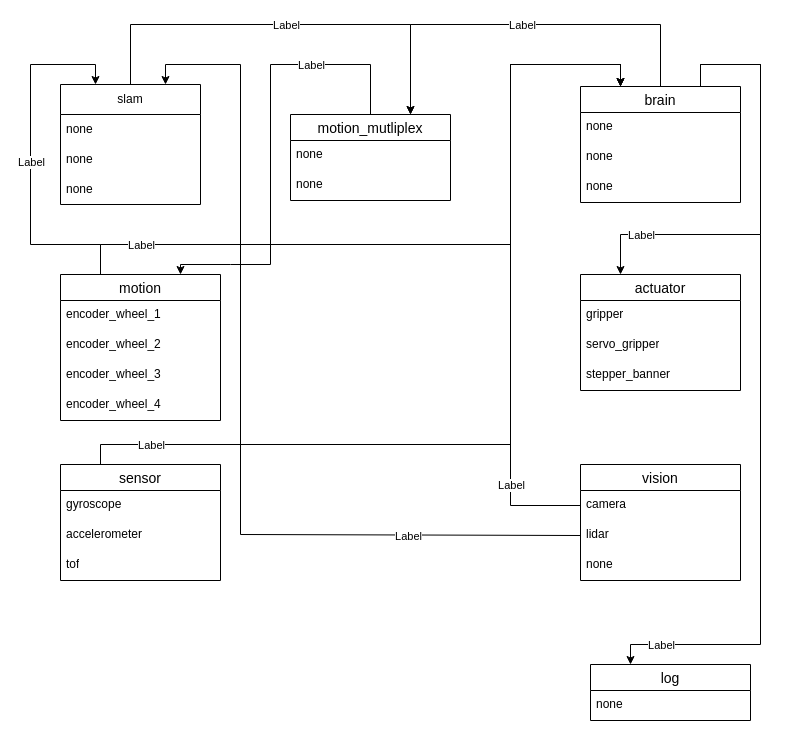
The draw.io diagram software/software_cdf_2025.drawio in Betamax58/coupe-de-france, before the edit. Source tidied: cells renumbered, new cells numbered last; positions are measured from the earlier drawing's top-left corner, leaving out a move shared by most shapes. Both pictures are drawn from the tidied source at 100%, with x=0, y=0 at pixel (30, 24).
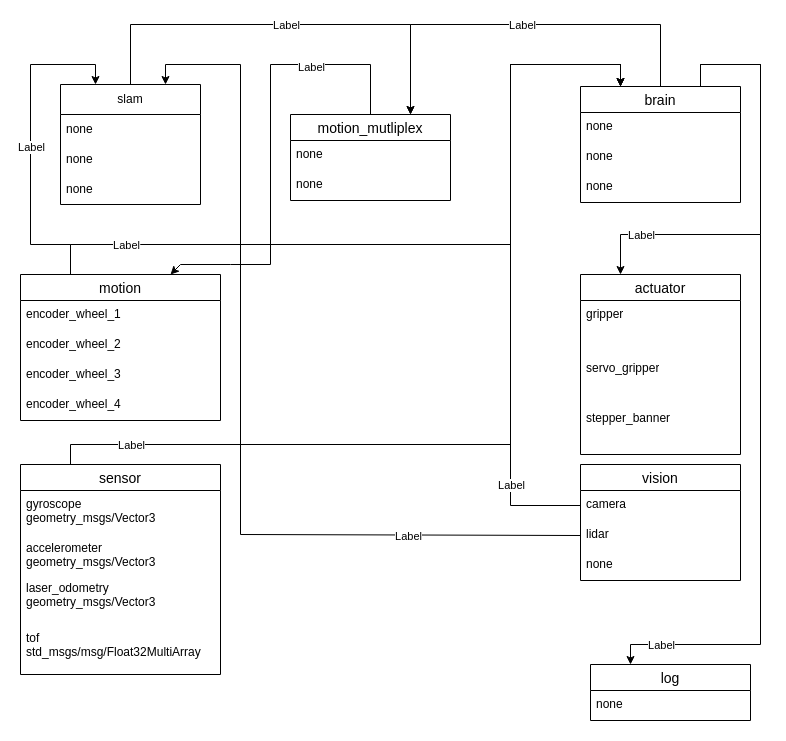
Above is the later version.

Commit message:
Mettre à jour software_cdf_2025.drawio

The change refers to these unchanged cells:
```xml
<mxCell id="19" value="brain" style="swimlane;fontStyle=0;horizontal=1;startSize=26;align=center;fontSize=14;" parent="1" vertex="1">
  <mxGeometry x="550" y="62" width="160" height="116" as="geometry" />
</mxCell>
<mxCell id="23" value="slam" style="swimlane;fontStyle=0;horizontal=1;startSize=30;whiteSpace=wrap;html=1;" parent="1" vertex="1">
  <mxGeometry x="30" y="60" width="140" height="120" as="geometry" />
</mxCell>
```

Diff of the diagram source:
```diff
@@
     <mxCell id="2" value="actuator" style="swimlane;fontStyle=0;horizontal=1;startSize=26;align=center;fontSize=14;" parent="1" vertex="1">
-      <mxGeometry x="550" y="250" width="160" height="116" as="geometry" />
+      <mxGeometry x="550" y="250" width="160" height="180" as="geometry" />
     </mxCell>
     <mxCell id="3" value="gripper" style="text;strokeColor=none;fillColor=none;spacingLeft=4;spacingRight=4;overflow=hidden;fontSize=12;whiteSpace=wrap;html=1;" parent="2" vertex="1">
-      <mxGeometry y="26" width="160" height="30" as="geometry" />
+      <mxGeometry y="26" width="160" height="54" as="geometry" />
     </mxCell>
     <mxCell id="4" value="servo_gripper" style="text;strokeColor=none;fillColor=none;spacingLeft=4;spacingRight=4;overflow=hidden;fontSize=12;whiteSpace=wrap;html=1;" parent="2" vertex="1">
-      <mxGeometry y="56" width="160" height="30" as="geometry" />
+      <mxGeometry y="80" width="160" height="50" as="geometry" />
     </mxCell>
     <mxCell id="5" value="stepper_banner" style="text;strokeColor=none;fillColor=none;spacingLeft=4;spacingRight=4;overflow=hidden;fontSize=12;whiteSpace=wrap;html=1;" parent="2" vertex="1">
-      <mxGeometry y="86" width="160" height="30" as="geometry" />
+      <mxGeometry y="130" width="160" height="50" as="geometry" />
     </mxCell>
@@
     <mxCell id="10" value="sensor" style="swimlane;fontStyle=0;horizontal=1;startSize=26;align=center;fontSize=14;" parent="1" vertex="1">
-      <mxGeometry x="30" y="440" width="160" height="116" as="geometry" />
+      <mxGeometry x="-10" y="440" width="200" height="210" as="geometry" />
     </mxCell>
-    <mxCell id="11" value="gyroscope" style="text;strokeColor=none;fillColor=none;spacingLeft=4;spacingRight=4;overflow=hidden;fontSize=12;whiteSpace=wrap;html=1;" parent="10" vertex="1">
-      <mxGeometry y="26" width="160" height="30" as="geometry" />
+    <mxCell id="11" value="gyroscope&lt;br&gt;geometry_msgs/Vector3" style="text;strokeColor=none;fillColor=none;spacingLeft=4;spacingRight=4;overflow=hidden;fontSize=12;whiteSpace=wrap;html=1;" parent="10" vertex="1">
+      <mxGeometry y="26" width="200" height="44" as="geometry" />
     </mxCell>
-    <mxCell id="12" value="accelerometer" style="text;strokeColor=none;fillColor=none;spacingLeft=4;spacingRight=4;overflow=hidden;fontSize=12;whiteSpace=wrap;html=1;" parent="10" vertex="1">
-      <mxGeometry y="56" width="160" height="30" as="geometry" />
+    <mxCell id="12" value="accelerometer&lt;div&gt;geometry_msgs/Vector3&lt;/div&gt;" style="text;strokeColor=none;fillColor=none;spacingLeft=4;spacingRight=4;overflow=hidden;fontSize=12;whiteSpace=wrap;html=1;" parent="10" vertex="1">
+      <mxGeometry y="70" width="200" height="40" as="geometry" />
     </mxCell>
+    <mxCell id="52" value="laser_odometry&lt;div&gt;geometry_msgs/Vector3&lt;/div&gt;" style="text;strokeColor=none;fillColor=none;spacingLeft=4;spacingRight=4;overflow=hidden;fontSize=12;whiteSpace=wrap;html=1;" parent="10" vertex="1">
+      <mxGeometry y="110" width="200" height="50" as="geometry" />
+    </mxCell>
-    <mxCell id="13" value="tof" style="text;strokeColor=none;fillColor=none;spacingLeft=4;spacingRight=4;overflow=hidden;fontSize=12;whiteSpace=wrap;html=1;" parent="10" vertex="1">
-      <mxGeometry y="86" width="160" height="30" as="geometry" />
+    <mxCell id="13" value="tof&lt;div&gt;std_msgs/msg/Float32MultiArray&lt;/div&gt;" style="text;strokeColor=none;fillColor=none;spacingLeft=4;spacingRight=4;overflow=hidden;fontSize=12;whiteSpace=wrap;html=1;" parent="10" vertex="1">
+      <mxGeometry y="160" width="200" height="50" as="geometry" />
     </mxCell>
     <mxCell id="14" value="motion" style="swimlane;fontStyle=0;horizontal=1;startSize=26;align=center;fontSize=14;" parent="1" vertex="1">
-      <mxGeometry x="30" y="250" width="160" height="146" as="geometry" />
+      <mxGeometry x="-10" y="250" width="200" height="146" as="geometry" />
     </mxCell>
     <mxCell id="15" value="encoder_wheel_1" style="text;strokeColor=none;fillColor=none;spacingLeft=4;spacingRight=4;overflow=hidden;fontSize=12;whiteSpace=wrap;html=1;" parent="14" vertex="1">
-      <mxGeometry y="26" width="160" height="30" as="geometry" />
+      <mxGeometry y="26" width="200" height="30" as="geometry" />
     </mxCell>
     <mxCell id="16" value="encoder_wheel_2" style="text;strokeColor=none;fillColor=none;spacingLeft=4;spacingRight=4;overflow=hidden;fontSize=12;whiteSpace=wrap;html=1;" parent="14" vertex="1">
-      <mxGeometry y="56" width="160" height="30" as="geometry" />
+      <mxGeometry y="56" width="200" height="30" as="geometry" />
     </mxCell>
     <mxCell id="17" value="encoder_wheel_3" style="text;strokeColor=none;fillColor=none;spacingLeft=4;spacingRight=4;overflow=hidden;fontSize=12;whiteSpace=wrap;html=1;" parent="14" vertex="1">
-      <mxGeometry y="86" width="160" height="30" as="geometry" />
+      <mxGeometry y="86" width="200" height="30" as="geometry" />
     </mxCell>
     <mxCell id="18" value="encoder_wheel_4" style="text;strokeColor=none;fillColor=none;spacingLeft=4;spacingRight=4;overflow=hidden;fontSize=12;whiteSpace=wrap;html=1;" parent="14" vertex="1">
-      <mxGeometry y="116" width="160" height="30" as="geometry" />
+      <mxGeometry y="116" width="200" height="30" as="geometry" />
     </mxCell>
@@
     <mxCell id="27" style="endArrow=classic;html=1;rounded=0;exitX=0.25;exitY=0;exitDx=0;exitDy=0;entryX=0.25;entryY=0;entryDx=0;entryDy=0;" parent="1" edge="1" source="14" target="23">
       <mxGeometry relative="1" as="geometry">
         <Array as="points">
-          <mxPoint x="70" y="220" />
+          <mxPoint x="40" y="220" />
           <mxPoint y="220" />
           <mxPoint y="40" />
           <mxPoint x="65" y="40" />
         </Array>
       </mxGeometry>
     </mxCell>
@@
     <mxCell id="31" style="endArrow=classic;html=1;rounded=0;entryX=0.25;entryY=0;entryDx=0;entryDy=0;exitX=0.25;exitY=0;exitDx=0;exitDy=0;" parent="1" edge="1" source="10" target="19">
       <mxGeometry relative="1" as="geometry">
         <Array as="points">
-          <mxPoint x="70" y="420" />
+          <mxPoint x="40" y="420" />
           <mxPoint x="480" y="420" />
           <mxPoint x="480" y="40" />
           <mxPoint x="590" y="40" />
         </Array>
       </mxGeometry>
     </mxCell>
     <mxCell id="32" value="Label" style="edgeLabel;html=1;align=center;verticalAlign=middle;" parent="31" vertex="1">
       <mxGeometry relative="1" as="geometry">
-        <mxPoint x="-360" y="41" as="offset" />
+        <mxPoint x="-380" y="26" as="offset" />
       </mxGeometry>
     </mxCell>
@@
     <mxCell id="44" style="endArrow=classic;html=1;rounded=0;exitX=0.25;exitY=0;exitDx=0;exitDy=0;entryX=0.25;entryY=0;entryDx=0;entryDy=0;" parent="1" edge="1" source="14" target="19">
       <mxGeometry relative="1" as="geometry">
         <Array as="points">
-          <mxPoint x="70" y="220" />
+          <mxPoint x="40" y="220" />
           <mxPoint x="110" y="220" />
           <mxPoint x="330" y="220" />
           <mxPoint x="170" y="220" />
           <mxPoint x="150" y="220" />
           <mxPoint x="480" y="220" />
           <mxPoint x="480" y="40" />
           <mxPoint x="590" y="40" />
         </Array>
       </mxGeometry>
     </mxCell>
```
